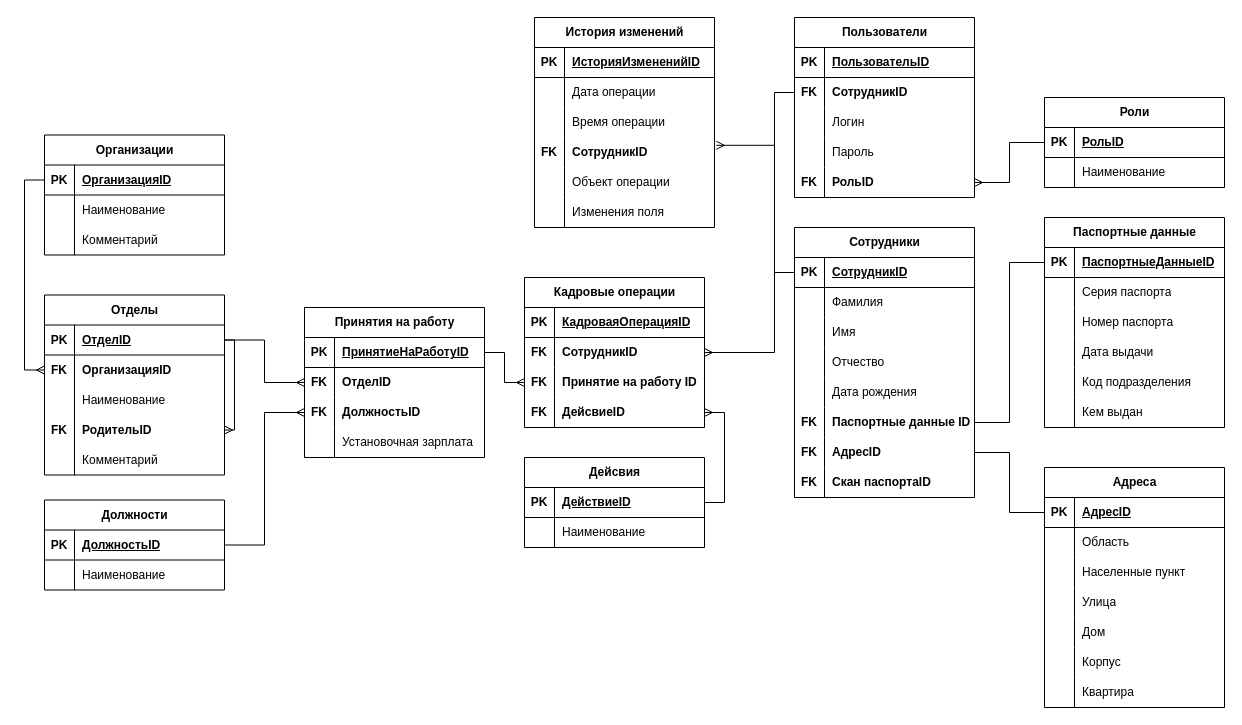
Before: БД.drawio in edlwss/areal-hr-test, a draw.io diagram. Source tidied: cells renumbered, new cells numbered last; positions are measured from the earlier drawing's top-left corner, leaving out a move shared by most shapes. Both pictures are drawn from the tidied source at 100%, with x=0, y=0 at pixel (44, 17).
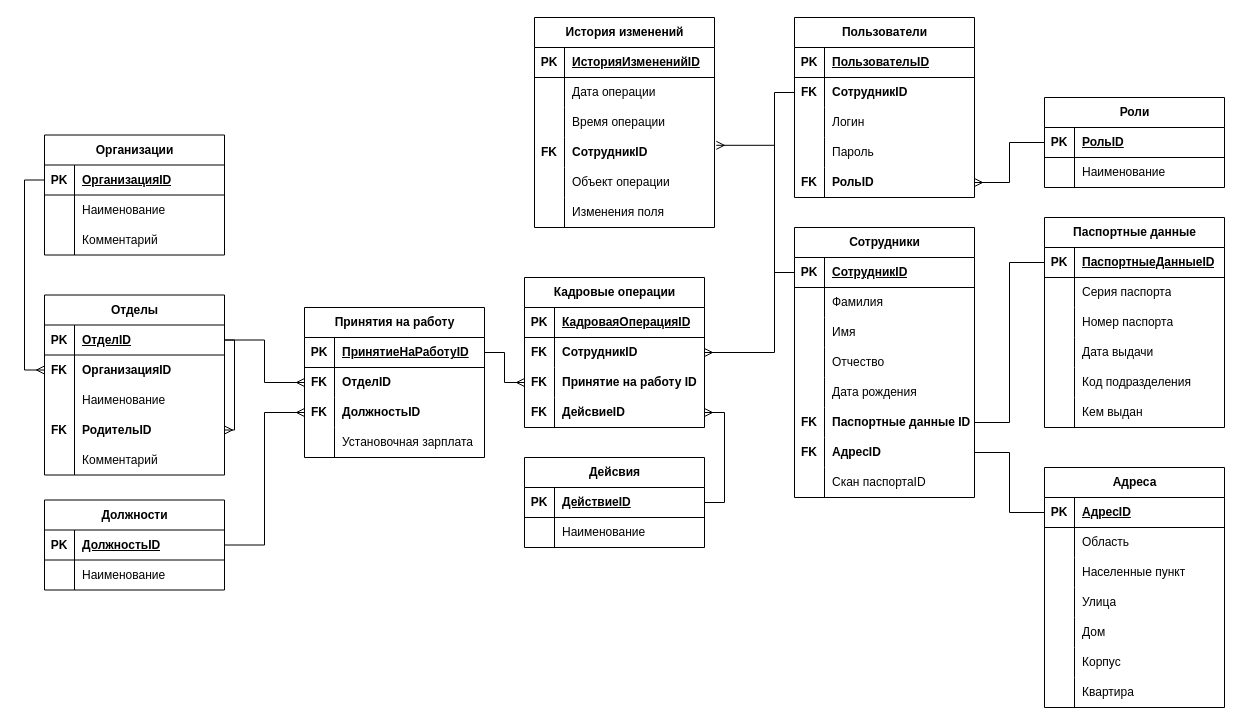
Above is the later version.

Unchanged cells that the change refers to:
```xml
<mxCell id="58" style="shape=tableRow;horizontal=0;startSize=0;swimlaneHead=0;swimlaneBody=0;fillColor=none;top=0;left=0;right=0;bottom=0;" parent="36" vertex="1">
  <mxGeometry y="240" width="180" height="30" as="geometry" />
</mxCell>
```

Diff of the diagram source:
```diff
@@
-    <mxCell id="59" value="&lt;b&gt;FK&lt;/b&gt;" style="shape=partialRectangle;fillColor=none;top=0;left=0;bottom=0;right=0;overflow=hidden;whiteSpace=wrap;html=1;" parent="58" vertex="1">
+    <mxCell id="59" style="shape=partialRectangle;fillColor=none;top=0;left=0;bottom=0;right=0;overflow=hidden;whiteSpace=wrap;html=1;" parent="58" vertex="1">
       <mxGeometry width="30" height="30" as="geometry" />
     </mxCell>
-    <mxCell id="60" value="&lt;b&gt;Cкан паспортаID&lt;/b&gt;" style="shape=partialRectangle;fillColor=none;top=0;left=0;bottom=0;right=0;align=left;spacingLeft=6;overflow=hidden;whiteSpace=wrap;html=1;" parent="58" vertex="1">
+    <mxCell id="60" value="Cкан паспортаID" style="shape=partialRectangle;fillColor=none;top=0;left=0;bottom=0;right=0;align=left;spacingLeft=6;overflow=hidden;whiteSpace=wrap;html=1;" parent="58" vertex="1">
       <mxGeometry x="30" width="150" height="30" as="geometry" />
     </mxCell>
```
